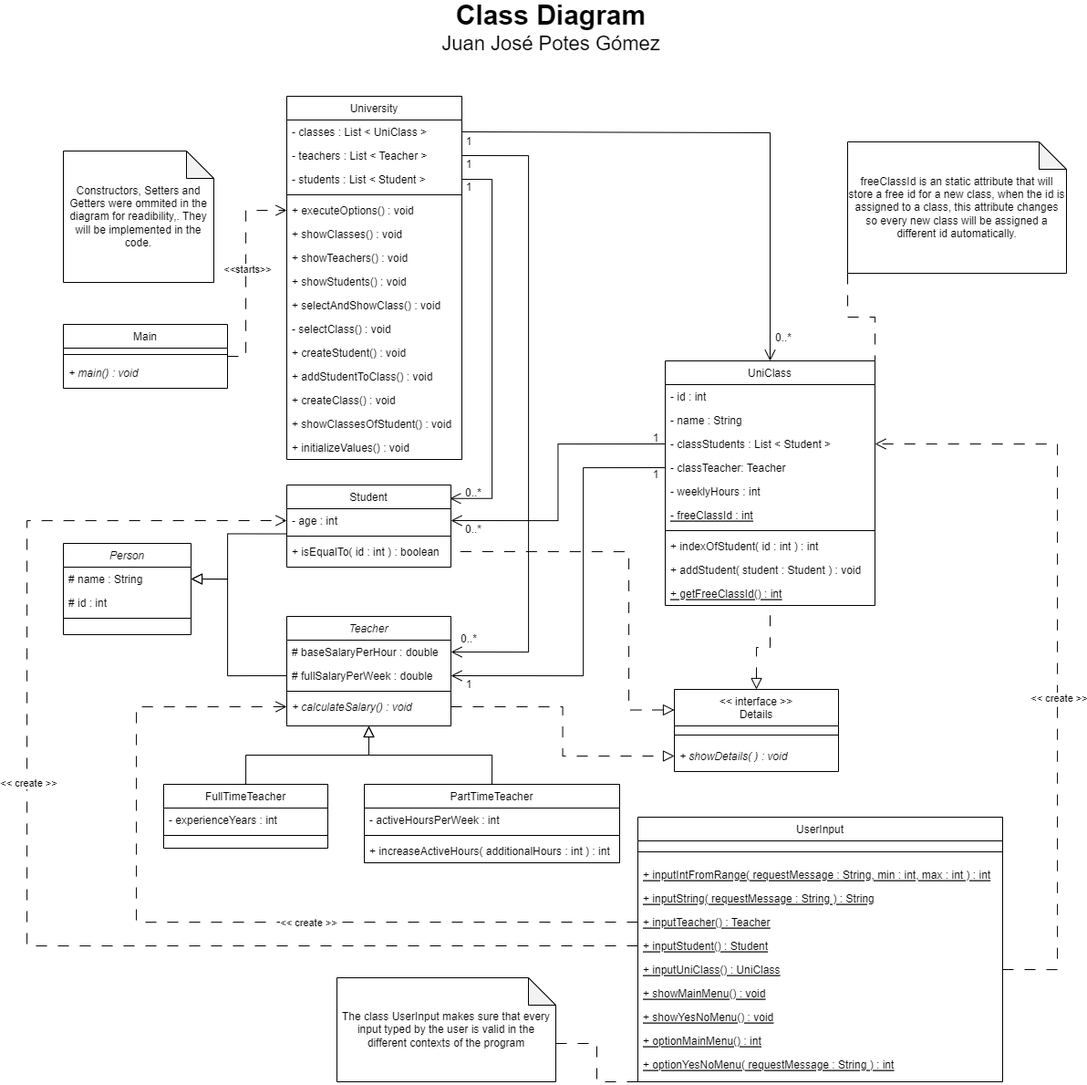
Above: ClassDiagram_Juan Potes.png in J-Potes-GLB/JuanPotes_ProjectUniversity (draw.io), before the change. Source tidied: cells renumbered, new cells last; positions are measured from the earlier drawing's top-left corner, leaving out a move shared by most shapes.
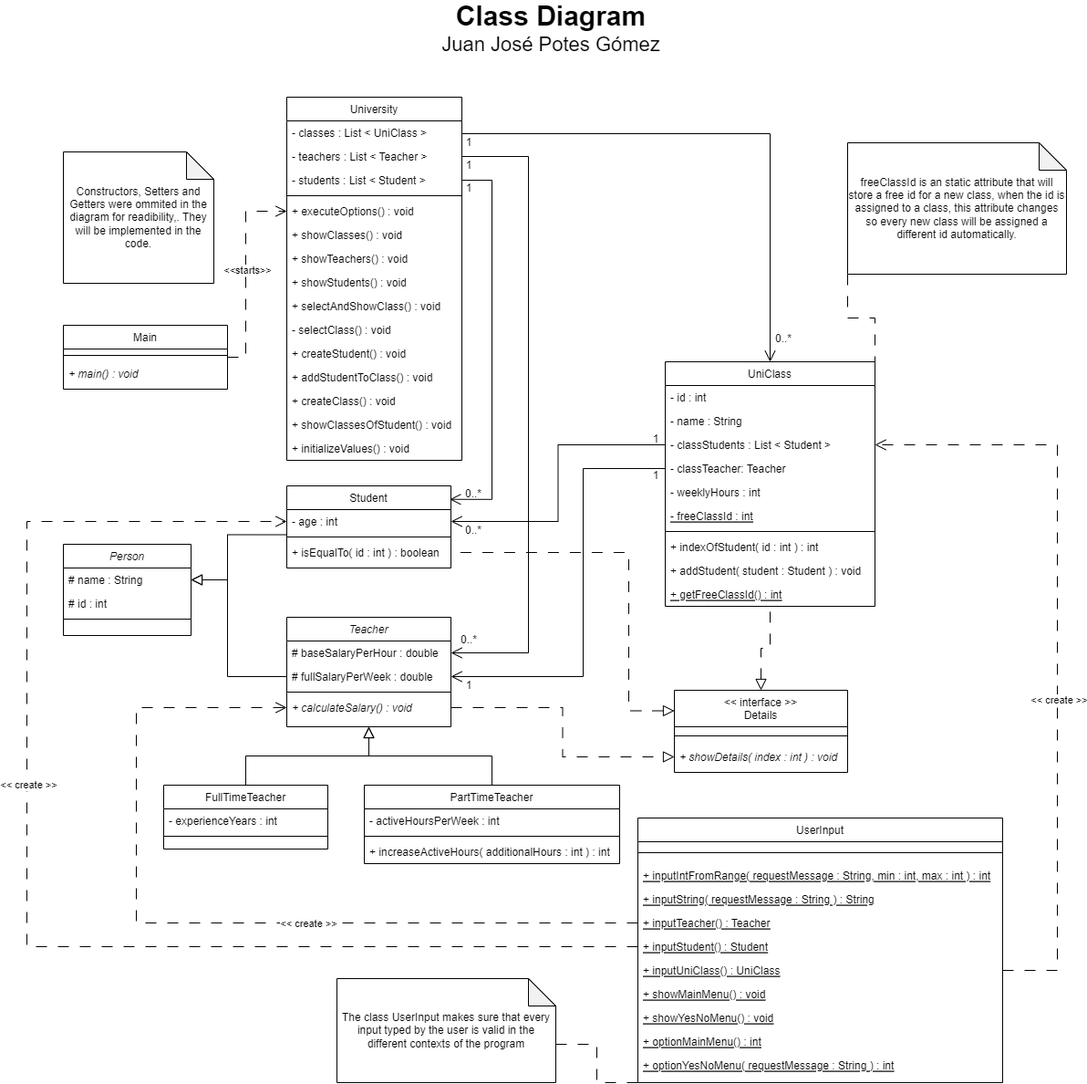
After the commit.

What changed in the source:
```diff
@@ -281,13 +281,13 @@
       </mxGeometry>
     </mxCell>
     <mxCell id="78" value="&lt;&lt; interface &gt;&gt;&#10;Details" style="swimlane;fontStyle=0;align=center;verticalAlign=top;horizontal=1;startSize=40;rounded=0;shadow=0;strokeWidth=1;" parent="1" vertex="1">
-      <mxGeometry x="710" y="740" width="180" height="90" as="geometry" />
+      <mxGeometry x="710" y="740" width="190" height="90" as="geometry" />
     </mxCell>
     <mxCell id="79" style="line;html=1;strokeWidth=1;align=left;verticalAlign=middle;spacingTop=-1;spacingLeft=3;spacingRight=3;labelPosition=right;" parent="78" vertex="1">
-      <mxGeometry y="40" width="180" height="20" as="geometry" />
+      <mxGeometry y="40" width="190" height="20" as="geometry" />
     </mxCell>
-    <mxCell id="80" value="+ showDetails( ) : void" style="text;align=left;verticalAlign=top;spacingLeft=4;spacingRight=4;overflow=hidden;points=[[0,0.5],[1,0.5]];portConstraint=eastwest;fontStyle=2;" parent="78" vertex="1">
-      <mxGeometry y="60" width="180" height="26" as="geometry" />
+    <mxCell id="80" value="+ showDetails( index : int ) : void" style="text;align=left;verticalAlign=top;spacingLeft=4;spacingRight=4;overflow=hidden;points=[[0,0.5],[1,0.5]];portConstraint=eastwest;fontStyle=2;" parent="78" vertex="1">
+      <mxGeometry y="60" width="190" height="26" as="geometry" />
     </mxCell>
     <mxCell id="81" style="edgeStyle=orthogonalEdgeStyle;rounded=0;jettySize=auto;html=1;exitX=1;exitY=0.5;exitDx=0;exitDy=0;entryX=0;entryY=0.5;entryDx=0;entryDy=0;endSize=10;endArrow=block;endFill=0;dashed=1;dashPattern=12 12;" parent="1" edge="1" source="14" target="80">
       <mxGeometry relative="1" as="geometry" />
```
